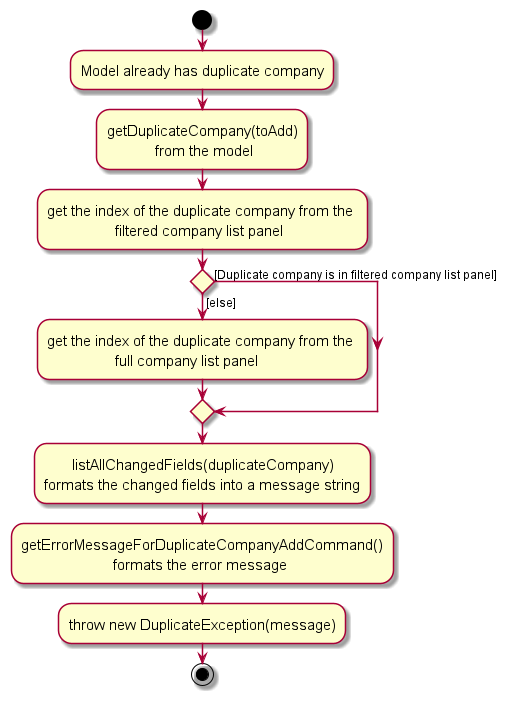
This is docs/images/duplicate-detection/add-command/DuplicateActivityDiagram.png from AY2324S1-CS2103T-T17-2/tp, a PlantUML export, as it was before one commit.
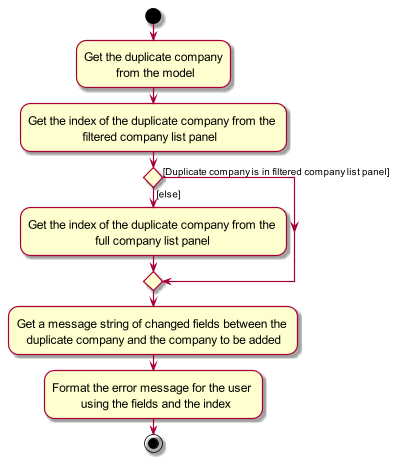
After the commit.

Commit message:
Update DG to fix Duplicate and Add Cmd

Change to the diagram source:
```diff
@@ -3,18 +3,16 @@
 skinparam ActivityFontSize 15
 skinparam ArrowFontSize 12
 start
-:Model already has duplicate company;
 
 
-:getDuplicateCompany(toAdd)\n            from the model;
-:get the index of the duplicate company from the \n                 filtered company list panel;
+:Get the duplicate company\n          from the model;
+:Get the index of the duplicate company from the \n                 filtered company list panel;
 if () then ([else])
-    :get the index of the duplicate company from the \n                 full company list panel;
+    :Get the index of the duplicate company from the \n                     full company list panel;
 else ([Duplicate company is in filtered company list panel])
     endif
 
-:       listAllChangedFields(duplicateCompany)\nformats the changed fields into a message string;
-:getErrorMessageForDuplicateCompanyAddCommand()\n                       formats the error message;
-:throw new DuplicateException(message);
+:Get a message string of changed fields between the \n   duplicate company and the company to be added;
+:Format the error message for the user \n         using the fields and the index;
 stop
 @enduml
```
